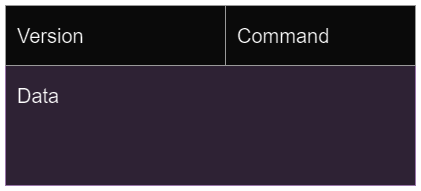
Above: images/controlrequest.png in osklot12/IDATA2304-PROJECT-GROUP10 (draw.io), before the change. Source tidied: cells renumbered, new cells last; positions are measured from the earlier drawing's top-left corner, leaving out a move shared by most shapes. The source it was exported from:
```xml
<mxGraphModel>
  <root>
    <mxCell id="0" />
    <mxCell id="1" parent="0" />
    <mxCell id="2" style="rounded=0;whiteSpace=wrap;html=1;fillColor=#e1d5e7;strokeColor=#9673a6;" parent="1" vertex="1">
      <mxGeometry width="410" height="180" as="geometry" />
    </mxCell>
    <mxCell id="3" style="rounded=0;whiteSpace=wrap;html=1;fillColor=#f5f5f5;fontColor=#333333;strokeColor=#666666;" parent="1" vertex="1">
      <mxGeometry width="220" height="60" as="geometry" />
    </mxCell>
    <mxCell id="4" style="rounded=0;whiteSpace=wrap;html=1;fillColor=#f5f5f5;fontColor=#333333;strokeColor=#666666;" parent="1" vertex="1">
      <mxGeometry x="220" width="190" height="60" as="geometry" />
    </mxCell>
    <mxCell id="5" value="&lt;font style=&quot;font-size: 20px;&quot;&gt;Version&lt;/font&gt;" style="text;html=1;strokeColor=none;fillColor=none;align=left;verticalAlign=middle;whiteSpace=wrap;rounded=0;" parent="1" vertex="1">
      <mxGeometry x="10" width="110" height="60" as="geometry" />
    </mxCell>
    <mxCell id="6" value="&lt;font style=&quot;font-size: 20px;&quot;&gt;Command&lt;/font&gt;" style="text;html=1;strokeColor=none;fillColor=none;align=left;verticalAlign=middle;whiteSpace=wrap;rounded=0;" parent="1" vertex="1">
      <mxGeometry x="230" width="110" height="60" as="geometry" />
    </mxCell>
    <mxCell id="7" value="&lt;font style=&quot;font-size: 20px;&quot;&gt;Data&lt;/font&gt;" style="text;html=1;strokeColor=none;fillColor=none;align=left;verticalAlign=middle;whiteSpace=wrap;rounded=0;" parent="1" vertex="1">
      <mxGeometry x="10" y="60" width="110" height="60" as="geometry" />
    </mxCell>
  </root>
</mxGraphModel>
```
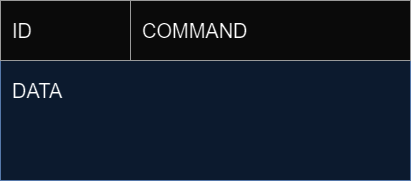
After the commit.

Change to the diagram source:
```diff
@@ -2,23 +2,23 @@
   <root>
     <mxCell id="0" />
     <mxCell id="1" parent="0" />
-    <mxCell id="2" style="rounded=0;whiteSpace=wrap;html=1;fillColor=#e1d5e7;strokeColor=#9673a6;" parent="1" vertex="1">
+    <mxCell id="2" style="rounded=0;whiteSpace=wrap;html=1;fillColor=#dae8fc;strokeColor=#6c8ebf;" parent="1" vertex="1">
       <mxGeometry width="410" height="180" as="geometry" />
     </mxCell>
     <mxCell id="3" style="rounded=0;whiteSpace=wrap;html=1;fillColor=#f5f5f5;fontColor=#333333;strokeColor=#666666;" parent="1" vertex="1">
-      <mxGeometry width="220" height="60" as="geometry" />
+      <mxGeometry width="130" height="60" as="geometry" />
     </mxCell>
-    <mxCell id="4" style="rounded=0;whiteSpace=wrap;html=1;fillColor=#f5f5f5;fontColor=#333333;strokeColor=#666666;" parent="1" vertex="1">
-      <mxGeometry x="220" width="190" height="60" as="geometry" />
-    </mxCell>
-    <mxCell id="5" value="&lt;font style=&quot;font-size: 20px;&quot;&gt;Version&lt;/font&gt;" style="text;html=1;strokeColor=none;fillColor=none;align=left;verticalAlign=middle;whiteSpace=wrap;rounded=0;" parent="1" vertex="1">
-      <mxGeometry x="10" width="110" height="60" as="geometry" />
-    </mxCell>
-    <mxCell id="6" value="&lt;font style=&quot;font-size: 20px;&quot;&gt;Command&lt;/font&gt;" style="text;html=1;strokeColor=none;fillColor=none;align=left;verticalAlign=middle;whiteSpace=wrap;rounded=0;" parent="1" vertex="1">
-      <mxGeometry x="230" width="110" height="60" as="geometry" />
-    </mxCell>
-    <mxCell id="7" value="&lt;font style=&quot;font-size: 20px;&quot;&gt;Data&lt;/font&gt;" style="text;html=1;strokeColor=none;fillColor=none;align=left;verticalAlign=middle;whiteSpace=wrap;rounded=0;" parent="1" vertex="1">
+    <mxCell id="7" value="&lt;font style=&quot;font-size: 20px;&quot;&gt;DATA&lt;/font&gt;" style="text;html=1;strokeColor=none;fillColor=none;align=left;verticalAlign=middle;whiteSpace=wrap;rounded=0;" parent="1" vertex="1">
       <mxGeometry x="10" y="60" width="110" height="60" as="geometry" />
     </mxCell>
+    <mxCell id="8" style="rounded=0;whiteSpace=wrap;html=1;fillColor=#f5f5f5;fontColor=#333333;strokeColor=#666666;" parent="1" vertex="1">
+      <mxGeometry x="130" width="280" height="60" as="geometry" />
+    </mxCell>
+    <mxCell id="9" value="&lt;font style=&quot;font-size: 20px;&quot;&gt;ID&lt;/font&gt;" style="text;html=1;strokeColor=none;fillColor=none;align=left;verticalAlign=middle;whiteSpace=wrap;rounded=0;" parent="1" vertex="1">
+      <mxGeometry x="10" width="110" height="60" as="geometry" />
+    </mxCell>
+    <mxCell id="10" value="&lt;font style=&quot;font-size: 20px;&quot;&gt;COMMAND&lt;/font&gt;" style="text;html=1;strokeColor=none;fillColor=none;align=left;verticalAlign=middle;whiteSpace=wrap;rounded=0;" parent="1" vertex="1">
+      <mxGeometry x="140" width="110" height="60" as="geometry" />
+    </mxCell>
   </root>
 </mxGraphModel>
```
